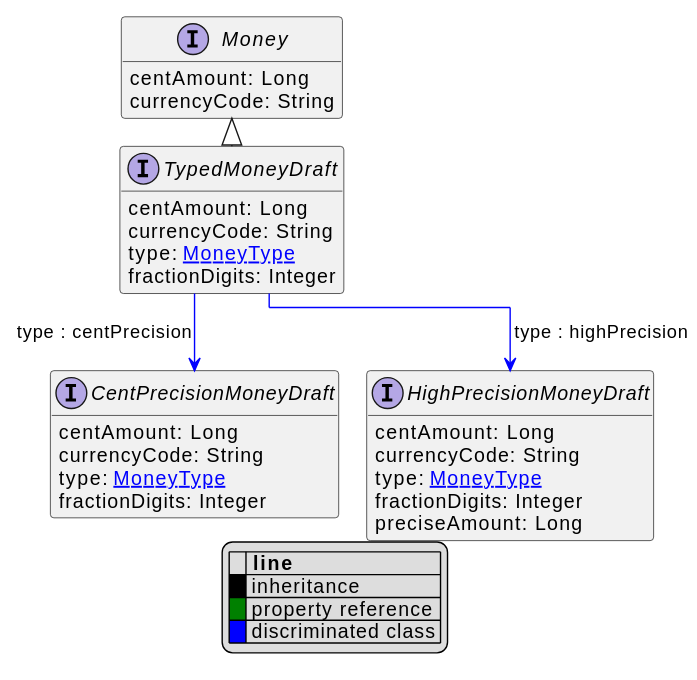
Before: uml/api/svg/TypedMoneyDraft.svg, a diagram exported from PlantUML (commercetools/commercetools-api-reference).
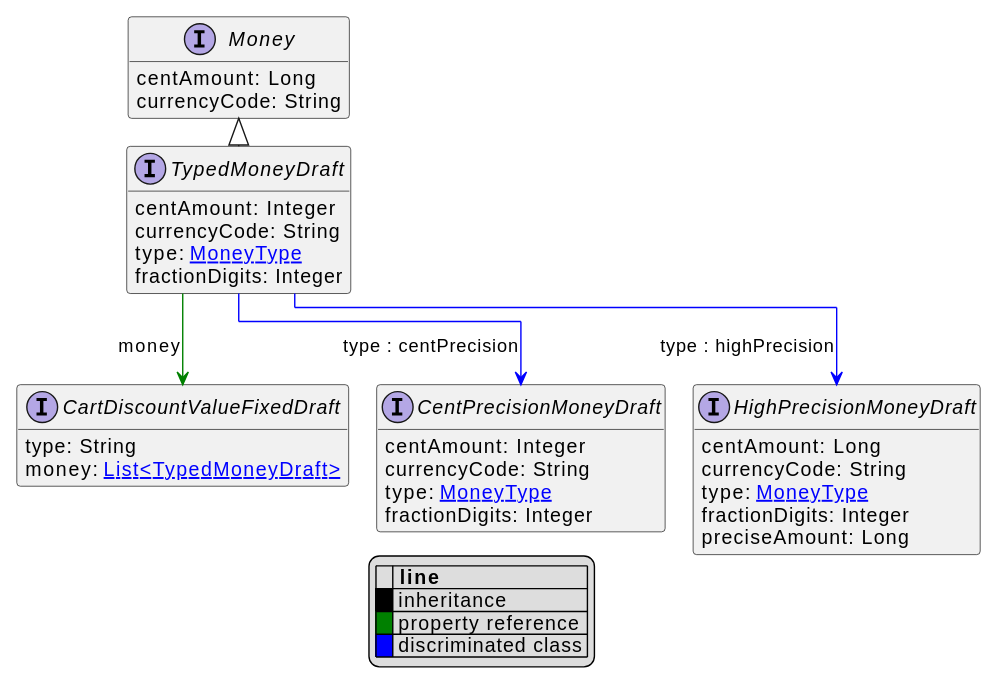
The same file after the commit.

Diff of the diagram source:
```diff
@@ -9,7 +9,7 @@
 |<back:blue>   </back>| discriminated class |
 endlegend
 interface TypedMoneyDraft [[TypedMoneyDraft.svg]] extends Money {
-    centAmount: Long
+    centAmount: Integer
     currencyCode: String
     type: [[MoneyType.svg MoneyType]]
     fractionDigits: Integer
@@ -20,7 +20,7 @@
 }
 
 interface CentPrecisionMoneyDraft [[CentPrecisionMoneyDraft.svg]]  {
-    centAmount: Long
+    centAmount: Integer
     currencyCode: String
     type: [[MoneyType.svg MoneyType]]
     fractionDigits: Integer
@@ -32,8 +32,11 @@
     fractionDigits: Integer
     preciseAmount: Long
 }
-
+interface CartDiscountValueFixedDraft [[CartDiscountValueFixedDraft.svg]]  {
+    type: String
+    money: [[TypedMoneyDraft.svg List<TypedMoneyDraft>]]
+}
 TypedMoneyDraft --> CentPrecisionMoneyDraft #blue;text:blue : "type : centPrecision"
 TypedMoneyDraft --> HighPrecisionMoneyDraft #blue;text:blue : "type : highPrecision"
-
+TypedMoneyDraft --> CartDiscountValueFixedDraft #green;text:green : "money"
 @enduml
```
